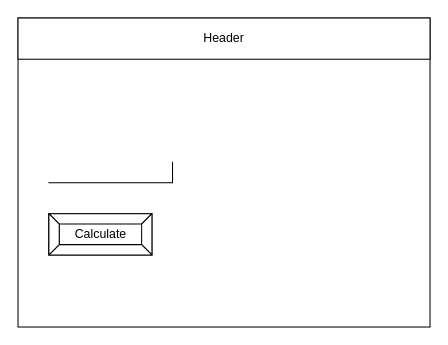
Before: design/story-board.drawio in Allen-Li-hub/ICS2O-Unit3-03-Volume-of-Sphere, a draw.io diagram. Source tidied: cells renumbered, new cells numbered last; positions are measured from the earlier drawing's top-left corner, leaving out a move shared by most shapes. Both pictures are drawn from the tidied source at 103%, with x=0, y=0 at pixel (18, 18).
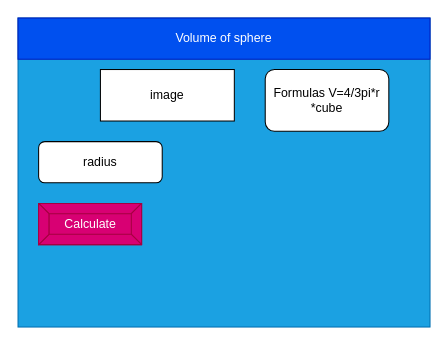
The same diagram, later.

What changed in the source:
```diff
@@
 <mxGraphModel>
   <root>
     <mxCell id="0" />
     <mxCell id="1" parent="0" />
-    <mxCell id="2" style="rounded=0;whiteSpace=wrap;html=1;" parent="1" vertex="1">
+    <mxCell id="2" style="rounded=0;whiteSpace=wrap;html=1;fillColor=#1ba1e2;fontColor=#ffffff;strokeColor=#006EAF;" parent="1" vertex="1">
       <mxGeometry width="400" height="300" as="geometry" />
     </mxCell>
-    <mxCell id="3" value="Header" style="rounded=0;whiteSpace=wrap;html=1;" parent="1" vertex="1">
+    <mxCell id="3" value="Volume of sphere" style="rounded=0;whiteSpace=wrap;html=1;fillColor=#0050ef;fontColor=#ffffff;strokeColor=#001DBC;" parent="1" vertex="1">
       <mxGeometry width="400" height="40" as="geometry" />
     </mxCell>
-    <mxCell id="4" style="shape=partialRectangle;whiteSpace=wrap;html=1;top=0;left=0;fillColor=none;" parent="1" vertex="1">
-      <mxGeometry x="30" y="140" width="120" height="20" as="geometry" />
-    </mxCell>
-    <mxCell id="5" value="Calculate" style="labelPosition=center;verticalLabelPosition=middle;align=center;html=1;shape=mxgraph.basic.button;dx=10;" parent="1" vertex="1">
-      <mxGeometry x="30" y="190" width="100" height="40" as="geometry" />
+    <mxCell id="5" value="Calculate" style="labelPosition=center;verticalLabelPosition=middle;align=center;html=1;shape=mxgraph.basic.button;dx=10;fillColor=#d80073;fontColor=#ffffff;strokeColor=#A50040;" parent="1" vertex="1">
+      <mxGeometry x="20" y="180" width="100" height="40" as="geometry" />
     </mxCell>
+    <mxCell id="6" value="radius" style="rounded=1;whiteSpace=wrap;html=1;" parent="1" vertex="1">
+      <mxGeometry x="20" y="120" width="120" height="40" as="geometry" />
+    </mxCell>
+    <mxCell id="7" value="image&lt;br&gt;" style="rounded=0;whiteSpace=wrap;html=1;" parent="1" vertex="1">
+      <mxGeometry x="80" y="50" width="130" height="50" as="geometry" />
+    </mxCell>
+    <mxCell id="8" value="Formulas V=4/3pi*r *cube" style="rounded=1;whiteSpace=wrap;html=1;" parent="1" vertex="1">
+      <mxGeometry x="240" y="50" width="120" height="60" as="geometry" />
+    </mxCell>
   </root>
 </mxGraphModel>
```
